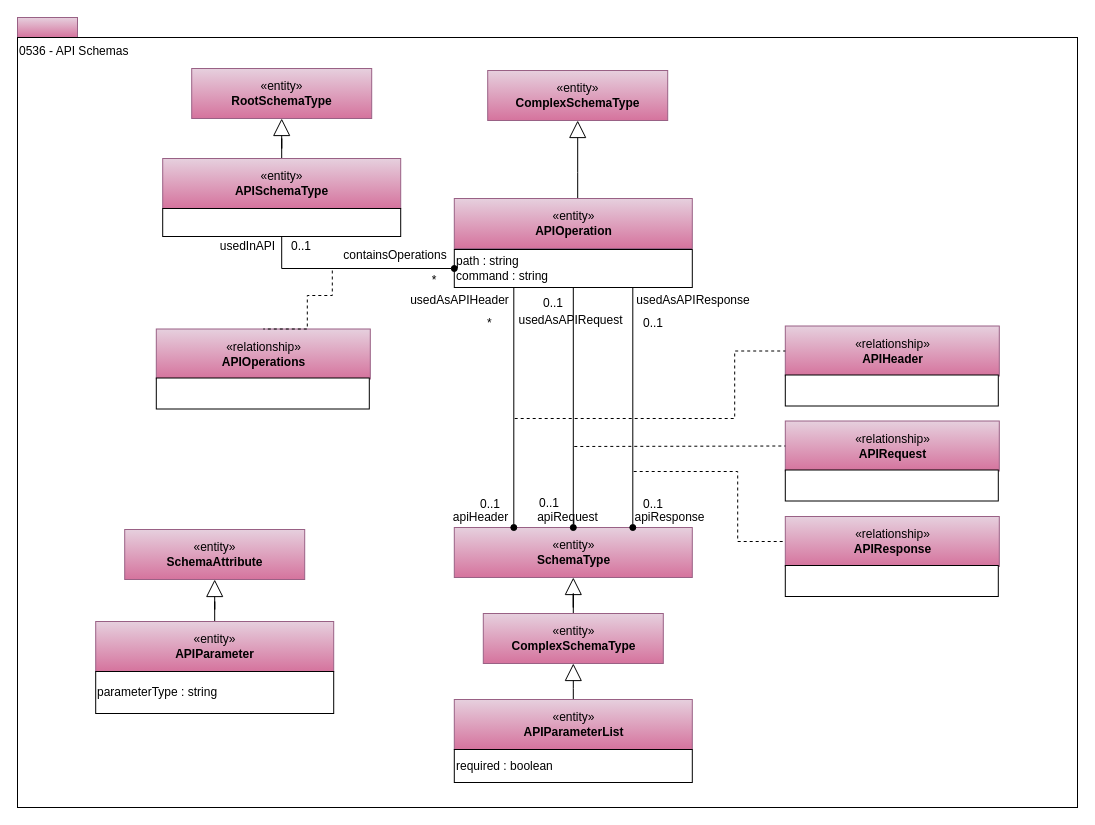
odpi/egeria-docs keeps this draw.io diagram as page "0536-API-Schemas" (22 of 34) of site/docs/types/5/area-5-models-and-schema.drawio. Above is the earlier version. Source tidied: cells renumbered, new cells numbered last; positions are measured from the earlier drawing's top-left corner, leaving out a move shared by most shapes. Both pictures are drawn from the tidied source at 100%, with x=0, y=0 at pixel (17, 17).
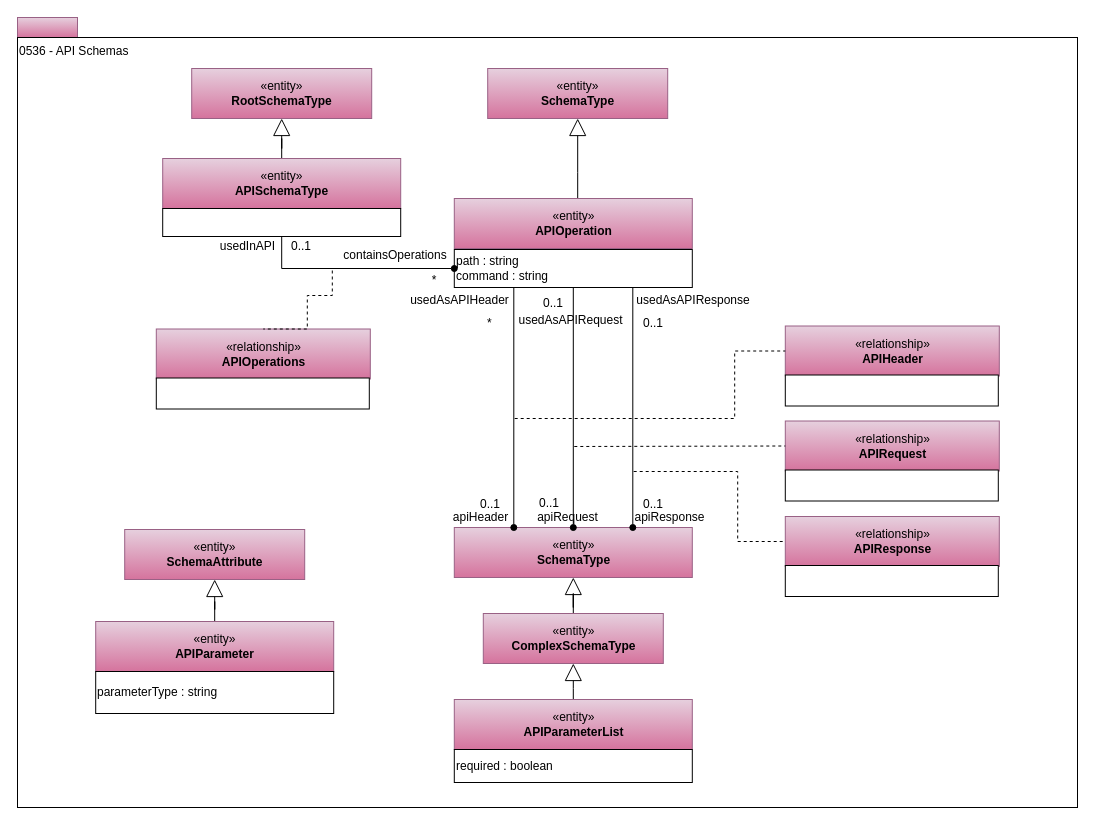
After the change.

Diff of the diagram source:
```diff
@@
-    <mxCell id="7" value="«entity»&lt;br&gt;&lt;b&gt;ComplexSchemaType&lt;/b&gt;" style="html=1;strokeColor=#996185;align=center;fillColor=#e6d0de;gradientColor=#d5739d;" parent="1" vertex="1">
-      <mxGeometry x="470.2" y="53" width="180" height="50" as="geometry" />
+    <mxCell id="7" value="«entity»&lt;br&gt;&lt;b&gt;SchemaType&lt;/b&gt;" style="html=1;strokeColor=#996185;align=center;fillColor=#e6d0de;gradientColor=#d5739d;" parent="1" vertex="1">
+      <mxGeometry x="470.2" y="51" width="180" height="50" as="geometry" />
     </mxCell>
```
